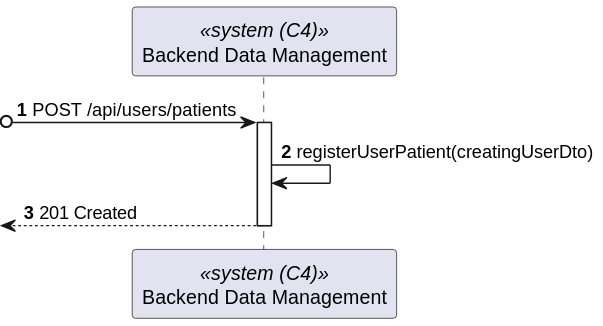
Earlier version of the PlantUML export docs/sprint-a/us-5.1.3/views/level2/process-view.svg (1220846/sem5pi-24-25-3ddg20).
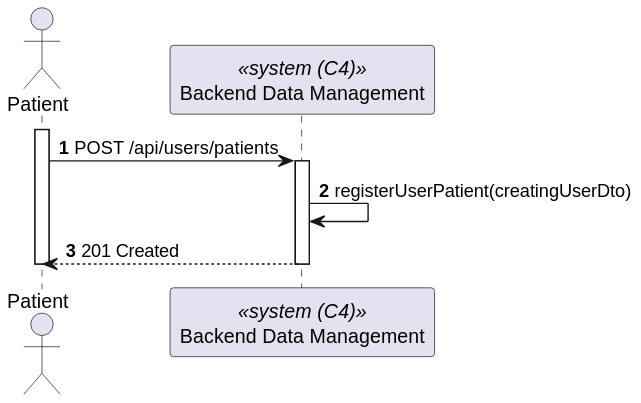
Above is the later version.

Commit message:
docs:add actor in level 2 and 3 #3

Change to the diagram source:
```diff
@@ -1,13 +1,17 @@
 @startuml
 autonumber
 
+actor "Patient" as Patient
 participant BackendDataManagement as "Backend Data Management" <<system (C4)>>
 
-?o-> BackendDataManagement : POST /api/users/patients
-activate BackendDataManagement
+activate Patient
+    Patient -> BackendDataManagement : POST /api/users/patients
+    activate BackendDataManagement
 
-    BackendDataManagement -> BackendDataManagement : registerUserPatient(creatingUserDto)
+        BackendDataManagement -> BackendDataManagement : registerUserPatient(creatingUserDto)
 
-    <-- BackendDataManagement : 201 Created
-deactivate BackendDataManagement
+        Patient <-- BackendDataManagement : 201 Created
+    deactivate BackendDataManagement
+
+deactivate Patient
 @enduml
```
